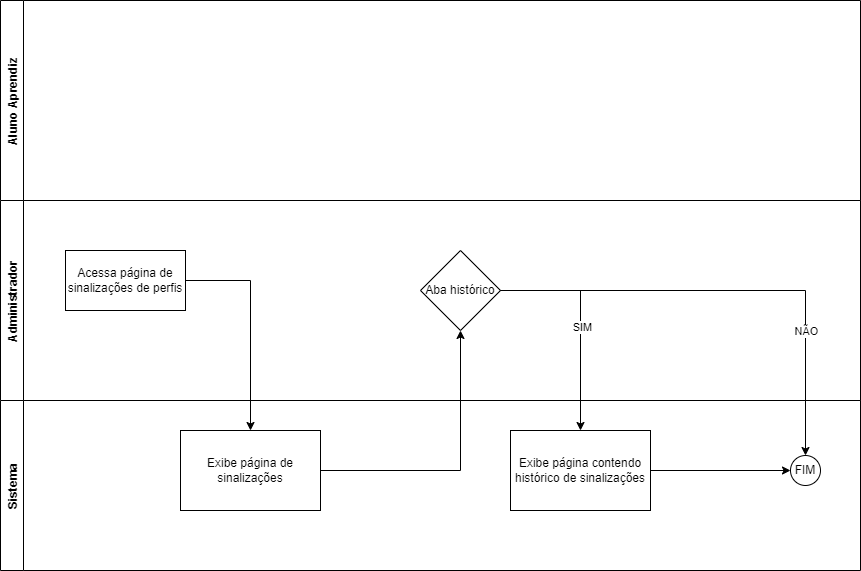
Earlier version of the draw.io export content/pt/docs/Conceitos/images/fluxo_historico_sinalizacoes_perfis.png (Vinigama/Vinigama.github.io). Source tidied: cells renumbered, new cells last; positions are measured from the earlier drawing's top-left corner, leaving out a move shared by most shapes.
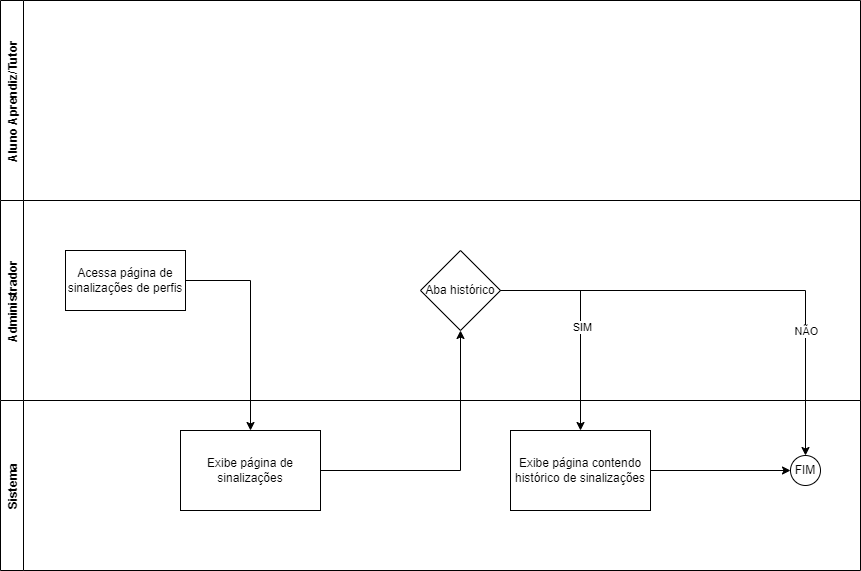
After the change.

Commit message:
Fluxo perfil notificado

The edit, as a diff of the source:
```diff
@@ -2,7 +2,7 @@
   <root>
     <mxCell id="0" />
     <mxCell id="1" parent="0" />
-    <mxCell id="2" value="Aluno Aprendiz" style="swimlane;horizontal=0;" parent="1" vertex="1">
+    <mxCell id="2" value="Aluno Aprendiz/Tutor" style="swimlane;horizontal=0;" parent="1" vertex="1">
       <mxGeometry width="860" height="200" as="geometry" />
     </mxCell>
     <mxCell id="3" value="Administrador" style="swimlane;horizontal=0;" parent="1" vertex="1">
```
